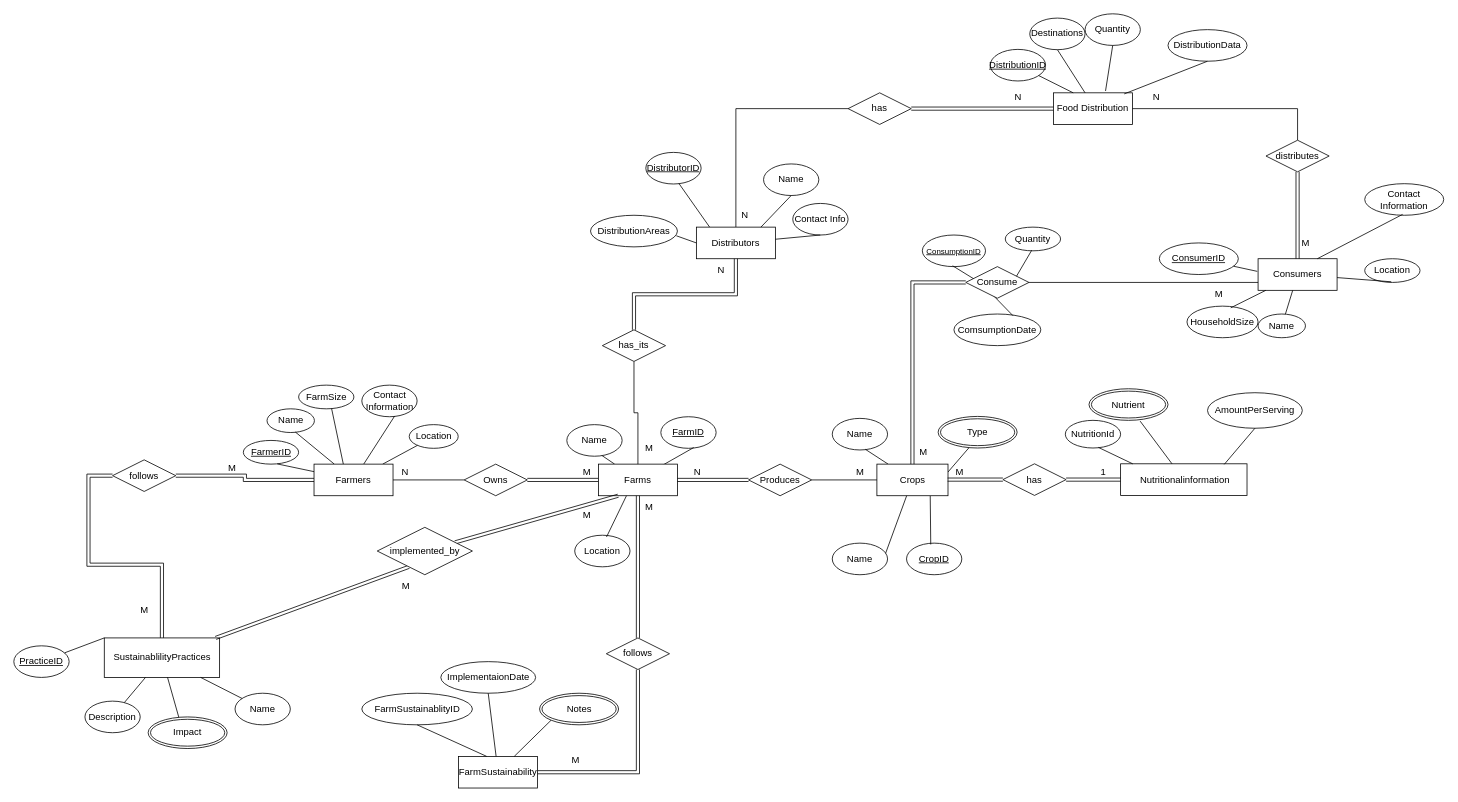
austinluk/CPSC2221 keeps this draw.io diagram as UN.drawio. Above is the earlier version. Source tidied: cells renumbered, new cells numbered last; positions are measured from the earlier drawing's top-left corner, leaving out a move shared by most shapes. Both pictures are drawn from the tidied source at 79%, with x=0, y=0 at pixel (13, 13).
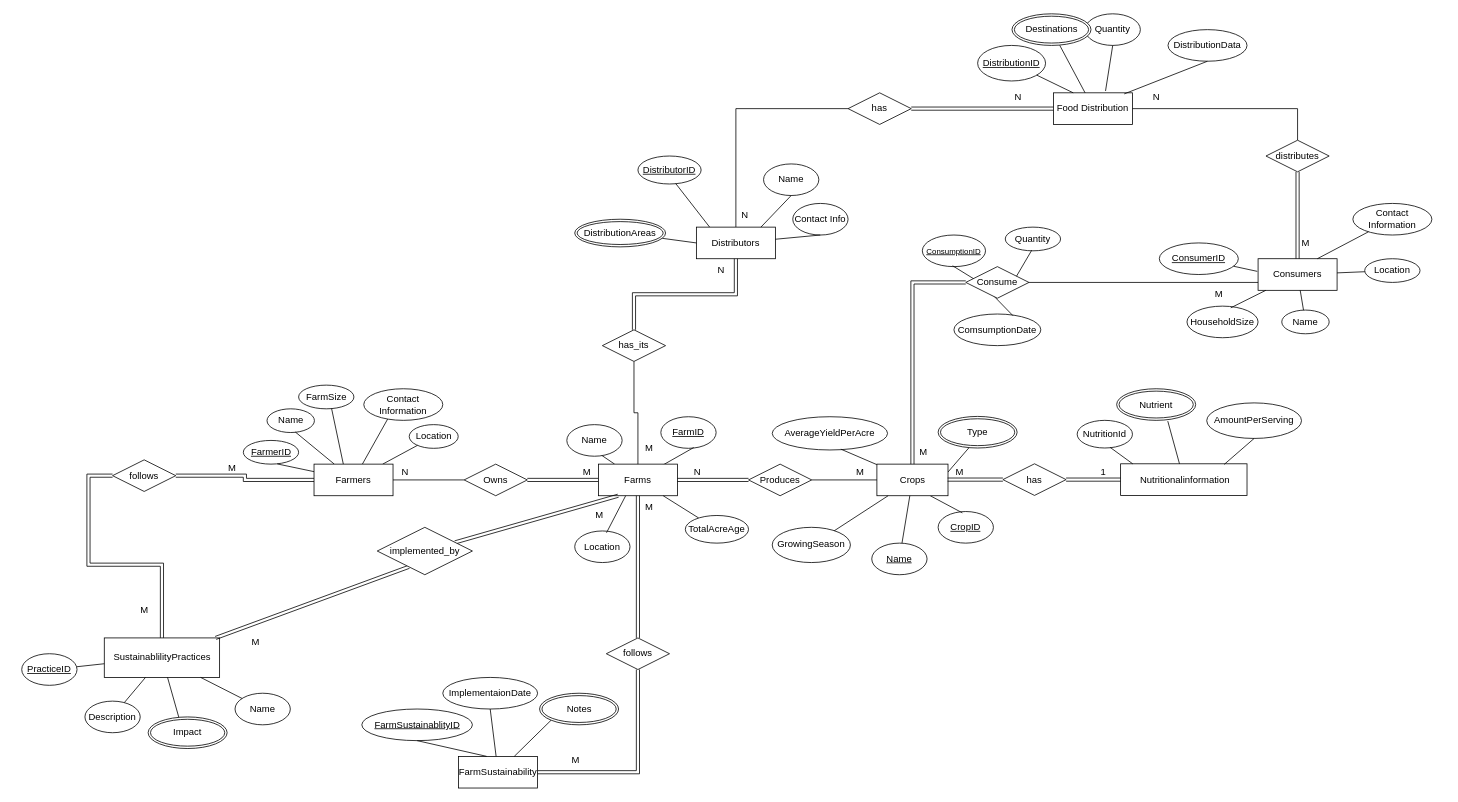
The same page after the edit.

Unchanged cells that the change refers to:
```xml
<mxCell id="27" value="Farmers" style="whiteSpace=wrap;html=1;align=center;" parent="1" vertex="1">
  <mxGeometry x="380" y="570" width="100" height="40" as="geometry" />
</mxCell>
<mxCell id="28" value="Farms" style="whiteSpace=wrap;html=1;align=center;" parent="1" vertex="1">
  <mxGeometry x="740" y="570" width="100" height="40" as="geometry" />
</mxCell>
<mxCell id="30" value="Crops" style="whiteSpace=wrap;html=1;align=center;" parent="1" vertex="1">
  <mxGeometry x="1092.5" y="570" width="90" height="40" as="geometry" />
</mxCell>
<mxCell id="33" value="Consumers" style="whiteSpace=wrap;html=1;align=center;" parent="1" vertex="1">
  <mxGeometry x="1575" y="310" width="100" height="40" as="geometry" />
</mxCell>
<mxCell id="39" value="Distributors" style="whiteSpace=wrap;html=1;align=center;" parent="1" vertex="1">
  <mxGeometry x="864" y="270" width="100" height="40" as="geometry" />
</mxCell>
<mxCell id="57" value="Location" style="ellipse;whiteSpace=wrap;html=1;align=center;" parent="1" vertex="1">
  <mxGeometry x="1710" y="310" width="70" height="30" as="geometry" />
</mxCell>
<mxCell id="81" value="SustainablilityPractices" style="whiteSpace=wrap;html=1;align=center;" parent="1" vertex="1">
  <mxGeometry x="114.5" y="790" width="146" height="50" as="geometry" />
</mxCell>
```

What changed in the source:
```diff
@@
-    <mxCell id="8" value="Contact Information" style="ellipse;whiteSpace=wrap;html=1;" parent="1" vertex="1">
-      <mxGeometry x="440.5" y="470" width="70" height="40" as="geometry" />
-    </mxCell>
@@
     <mxCell id="11" value="Location" style="ellipse;whiteSpace=wrap;html=1;" parent="1" vertex="1">
-      <mxGeometry x="710" y="660" width="70" height="40" as="geometry" />
+      <mxGeometry x="710" y="654.6" width="70" height="40" as="geometry" />
     </mxCell>
@@
     <mxCell id="20" value="&lt;u&gt;CropID&lt;/u&gt;" style="ellipse;whiteSpace=wrap;html=1;" parent="1" vertex="1">
-      <mxGeometry x="1130" y="670" width="70" height="40" as="geometry" />
+      <mxGeometry x="1170" y="630" width="70" height="40" as="geometry" />
     </mxCell>
@@
-    <mxCell id="23" value="Name" style="ellipse;whiteSpace=wrap;html=1;" parent="1" vertex="1">
-      <mxGeometry x="1036" y="512.1" width="70" height="40" as="geometry" />
+    <mxCell id="23" value="AverageYieldPerAcre" style="ellipse;whiteSpace=wrap;html=1;" parent="1" vertex="1">
+      <mxGeometry x="960" y="510" width="146" height="42.1" as="geometry" />
     </mxCell>
-    <mxCell id="24" style="endArrow=none;html=1;rounded=0;exitX=0.595;exitY=0.975;exitDx=0;exitDy=0;exitPerimeter=0;" parent="1" edge="1" source="8" target="27">
+    <mxCell id="24" style="endArrow=none;html=1;rounded=0;exitX=0.303;exitY=0.955;exitDx=0;exitDy=0;exitPerimeter=0;" parent="1" edge="1" source="8" target="27">
       <mxGeometry relative="1" as="geometry" />
     </mxCell>
@@
-    <mxCell id="32" style="endArrow=none;html=1;rounded=0;exitX=1;exitY=1;exitDx=0;exitDy=0;" parent="1" edge="1" source="49" target="30">
+    <mxCell id="32" style="endArrow=none;html=1;rounded=0;" parent="1" edge="1" source="49" target="30">
       <mxGeometry relative="1" as="geometry" />
     </mxCell>
@@
     <mxCell id="41" value="&lt;u&gt;DistributionID&lt;/u&gt;" style="ellipse;whiteSpace=wrap;html=1;" parent="1" vertex="1">
-      <mxGeometry x="1236" y="45" width="70" height="40" as="geometry" />
+      <mxGeometry x="1220" y="40" width="86" height="45" as="geometry" />
     </mxCell>
@@
-    <mxCell id="43" value="DistributionAreas" style="ellipse;whiteSpace=wrap;html=1;" parent="1" vertex="1">
-      <mxGeometry x="730" y="255" width="110" height="40" as="geometry" />
-    </mxCell>
-    <mxCell id="44" style="endArrow=none;html=1;rounded=0;exitX=0.987;exitY=0.648;exitDx=0;exitDy=0;entryX=0;entryY=0.5;entryDx=0;entryDy=0;exitPerimeter=0;" parent="1" edge="1" source="43" target="39">
+    <mxCell id="44" style="endArrow=none;html=1;rounded=0;entryX=0;entryY=0.5;entryDx=0;entryDy=0;" parent="1" edge="1" source="43" target="39">
       <mxGeometry relative="1" as="geometry" />
     </mxCell>
@@
     <mxCell id="47" value="&lt;u&gt;DistributorID&lt;/u&gt;" style="ellipse;whiteSpace=wrap;html=1;" parent="1" vertex="1">
-      <mxGeometry x="800" y="175.4" width="70" height="40" as="geometry" />
+      <mxGeometry x="790" y="180" width="80" height="35.4" as="geometry" />
     </mxCell>
@@
-    <mxCell id="49" value="Name" style="ellipse;whiteSpace=wrap;html=1;" parent="1" vertex="1">
-      <mxGeometry x="1036" y="670" width="70" height="40" as="geometry" />
+    <mxCell id="49" value="&lt;u&gt;Name&lt;/u&gt;" style="ellipse;whiteSpace=wrap;html=1;" parent="1" vertex="1">
+      <mxGeometry x="1086" y="670" width="70" height="40" as="geometry" />
     </mxCell>
-    <mxCell id="50" value="Destinations" style="ellipse;whiteSpace=wrap;html=1;" parent="1" vertex="1">
-      <mxGeometry x="1286" y="5.4" width="70" height="40" as="geometry" />
-    </mxCell>
-    <mxCell id="51" style="endArrow=none;html=1;rounded=0;exitX=0.5;exitY=1;exitDx=0;exitDy=0;" parent="1" edge="1" source="50">
+    <mxCell id="51" style="endArrow=none;html=1;rounded=0;" parent="1" edge="1" source="50">
       <mxGeometry relative="1" as="geometry">
         <mxPoint x="1356" y="100" as="targetPoint" />
       </mxGeometry>
     </mxCell>
@@
-    <mxCell id="58" style="endArrow=none;html=1;rounded=0;entryX=0.479;entryY=0.973;entryDx=0;entryDy=0;entryPerimeter=0;" parent="1" edge="1" source="33" target="57">
+    <mxCell id="58" style="endArrow=none;html=1;rounded=0;" parent="1" edge="1" source="33" target="57">
       <mxGeometry relative="1" as="geometry" />
     </mxCell>
@@
     <mxCell id="61" value="Name" style="ellipse;whiteSpace=wrap;html=1;align=center;" parent="1" vertex="1">
-      <mxGeometry x="1575" y="380" width="60" height="30" as="geometry" />
+      <mxGeometry x="1605" y="375" width="60" height="30" as="geometry" />
     </mxCell>
@@
     <mxCell id="63" value="Contact Information" style="ellipse;whiteSpace=wrap;html=1;align=center;" parent="1" vertex="1">
-      <mxGeometry x="1710" y="215" width="100" height="40" as="geometry" />
+      <mxGeometry x="1695" y="240" width="100" height="40" as="geometry" />
     </mxCell>
-    <mxCell id="64" style="endArrow=none;html=1;rounded=0;entryX=0.479;entryY=0.973;entryDx=0;entryDy=0;entryPerimeter=0;exitX=0.75;exitY=0;exitDx=0;exitDy=0;" parent="1" edge="1" source="33" target="63">
+    <mxCell id="64" style="endArrow=none;html=1;rounded=0;exitX=0.75;exitY=0;exitDx=0;exitDy=0;" parent="1" edge="1" source="33" target="63">
       <mxGeometry relative="1" as="geometry" />
     </mxCell>
@@
     <mxCell id="71" value="AmountPerServing" style="ellipse;whiteSpace=wrap;html=1;" parent="1" vertex="1">
-      <mxGeometry x="1511" y="479.6" width="120" height="45" as="geometry" />
+      <mxGeometry x="1510" y="492.5" width="120" height="45" as="geometry" />
     </mxCell>
@@
     <mxCell id="74" value="NutritionId" style="ellipse;whiteSpace=wrap;html=1;" parent="1" vertex="1">
-      <mxGeometry x="1331" y="514.6" width="70" height="35" as="geometry" />
+      <mxGeometry x="1346" y="514.6" width="70" height="35" as="geometry" />
     </mxCell>
@@
     <mxCell id="76" value="Nutrient" style="ellipse;shape=doubleEllipse;margin=3;whiteSpace=wrap;html=1;align=center;" parent="1" vertex="1">
-      <mxGeometry x="1361" y="474.6" width="100" height="40" as="geometry" />
+      <mxGeometry x="1396" y="474.6" width="100" height="40" as="geometry" />
     </mxCell>
@@
-    <mxCell id="82" value="FarmSustainablityID" style="ellipse;whiteSpace=wrap;html=1;" parent="1" vertex="1">
-      <mxGeometry x="440.5" y="860" width="140" height="40" as="geometry" />
+    <mxCell id="82" value="&lt;u&gt;FarmSustainablityID&lt;/u&gt;" style="ellipse;whiteSpace=wrap;html=1;" parent="1" vertex="1">
+      <mxGeometry x="440.5" y="880" width="140" height="40" as="geometry" />
     </mxCell>
@@
     <mxCell id="89" value="&lt;u&gt;PracticeID&lt;/u&gt;" style="ellipse;whiteSpace=wrap;html=1;" parent="1" vertex="1">
-      <mxGeometry y="800" width="70" height="40" as="geometry" />
+      <mxGeometry x="10" y="810" width="70" height="40" as="geometry" />
     </mxCell>
-    <mxCell id="90" style="endArrow=none;html=1;rounded=0;entryX=0;entryY=0;entryDx=0;entryDy=0;" parent="1" edge="1" source="89" target="81">
+    <mxCell id="90" style="endArrow=none;html=1;rounded=0;" parent="1" edge="1" source="89" target="81">
       <mxGeometry relative="1" as="geometry" />
     </mxCell>
@@
     <mxCell id="92" value="ImplementaionDate" style="ellipse;whiteSpace=wrap;html=1;" parent="1" vertex="1">
-      <mxGeometry x="540.5" y="820" width="120" height="40" as="geometry" />
+      <mxGeometry x="543" y="840" width="120" height="40" as="geometry" />
     </mxCell>
@@
     <mxCell id="134" value="M" style="text;html=1;align=center;verticalAlign=middle;strokeColor=none;fillColor=none;" parent="1" vertex="1">
-      <mxGeometry x="710" y="620" width="30" height="30" as="geometry" />
+      <mxGeometry x="725.5" y="620" width="30" height="30" as="geometry" />
     </mxCell>
     <mxCell id="135" value="M" style="text;html=1;align=center;verticalAlign=middle;strokeColor=none;fillColor=none;" parent="1" vertex="1">
-      <mxGeometry x="480.5" y="710" width="30" height="30" as="geometry" />
+      <mxGeometry x="290.5" y="780" width="30" height="30" as="geometry" />
     </mxCell>
@@
+    <mxCell id="138" style="endArrow=none;html=1;rounded=0;" parent="1" edge="1" target="30">
+      <mxGeometry relative="1" as="geometry">
+        <mxPoint x="1036" y="656" as="sourcePoint" />
+      </mxGeometry>
+    </mxCell>
+    <mxCell id="139" value="GrowingSeason" style="ellipse;whiteSpace=wrap;html=1;" parent="1" vertex="1">
+      <mxGeometry x="960" y="650" width="99" height="44.6" as="geometry" />
+    </mxCell>
+    <mxCell id="140" style="endArrow=none;html=1;rounded=0;" parent="1" edge="1" source="28" target="141">
+      <mxGeometry relative="1" as="geometry" />
+    </mxCell>
+    <mxCell id="141" value="TotalAcreAge" style="ellipse;whiteSpace=wrap;html=1;" parent="1" vertex="1">
+      <mxGeometry x="850" y="635" width="80" height="35" as="geometry" />
+    </mxCell>
+    <mxCell id="43" value="DistributionAreas" style="ellipse;shape=doubleEllipse;margin=3;whiteSpace=wrap;html=1;align=center;" parent="1" vertex="1">
+      <mxGeometry x="710" y="260" width="115" height="35" as="geometry" />
+    </mxCell>
+    <mxCell id="50" value="Destinations" style="ellipse;shape=doubleEllipse;margin=3;whiteSpace=wrap;html=1;align=center;" parent="1" vertex="1">
+      <mxGeometry x="1263.5" width="100" height="40" as="geometry" />
+    </mxCell>
+    <mxCell id="8" value="Contact Information" style="ellipse;whiteSpace=wrap;html=1;align=center;" parent="1" vertex="1">
+      <mxGeometry x="443" y="474.6" width="100" height="40" as="geometry" />
+    </mxCell>
```
